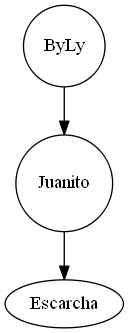
The Graphviz diagram ArbolBinBusqueda.png in ByLy23/Scrabble_CPP, before a commit. Its source is kept beside it as ArbolBinBusqueda.dot.
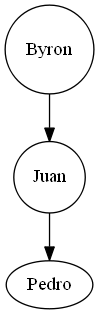
Later version of the same file.

The edit, as a diff of the source:
```diff
@@ -1,8 +1,8 @@
 digraph graficaArbolito{
  linkdir=LR
-ByLy[shape= circle label="ByLy"];
-Juanito[shape= circle label="Juanito"];
+Byron[shape= circle label="Byron"];
+Juan[shape= circle label="Juan"];
 
-ByLy->Juanito
-Juanito->Escarcha
+Byron->Juan
+Juan->Pedro
 }
```
